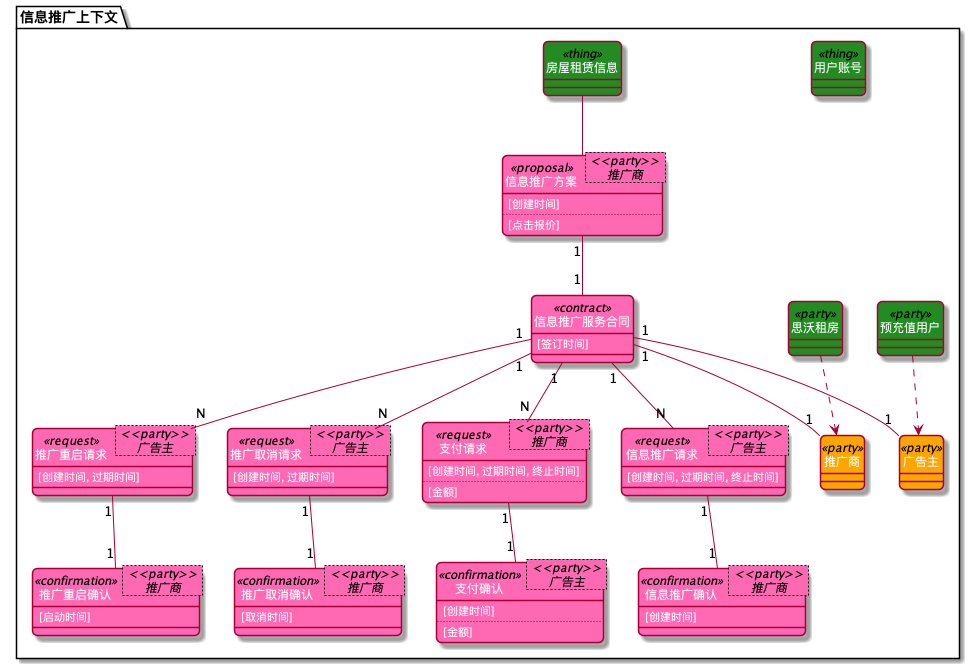
Above: info_promotion_contract_diagram.png in behring/8x-flow-diagram (PlantUML), before the change. The source it was exported from:
```plantuml
@startuml
skinparam classFontColor White
skinparam classAttributeFontColor White
skinparam roundCorner 10
hide circle
            package <color:black>信息推广上下文</color> {
                class 广告主
class 预充值用户
class 推广商
class 思沃租房
class 信息推广方案
class 用户账号
class 房屋租赁信息
class 信息推广服务合同
class 推广重启请求
class 推广重启确认
class 推广取消请求
class 推广取消确认
class 支付请求
class 支付确认
class 信息推广请求
class 信息推广确认

            }

class 信息推广方案< <<party>> \n 推广商 ><<proposal>> #HotPink{
    [创建时间]
    ..
    [点击报价]
}
信息推广方案  "1" -- "1"  信息推广服务合同

class 预充值用户 <<party>> #ForestGreen

class 思沃租房 <<party>> #ForestGreen

class 用户账号 <<thing>> #ForestGreen

class 房屋租赁信息 <<thing>> #ForestGreen
房屋租赁信息  --  信息推广方案


class 信息推广服务合同<<contract>> #HotPink{
    [签订时间]


}
class 广告主 <<party>> #orange
信息推广服务合同  "1" -- "1"  广告主
预充值用户  ..>  广告主
class 推广商 <<party>> #orange
信息推广服务合同  "1" -- "1"  推广商
思沃租房  ..>  推广商
信息推广服务合同  "1" -- "N"  推广重启请求

class 推广重启请求< <<party>> \n 广告主 ><<request>> #HotPink{
    [创建时间, 过期时间]


}
推广重启请求  "1" -- "1"  推广重启确认

class 推广重启确认< <<party>> \n 推广商 ><<confirmation>> #HotPink{
    [启动时间]


}

信息推广服务合同  "1" -- "N"  推广取消请求

class 推广取消请求< <<party>> \n 广告主 ><<request>> #HotPink{
    [创建时间, 过期时间]


}
推广取消请求  "1" -- "1"  推广取消确认

class 推广取消确认< <<party>> \n 推广商 ><<confirmation>> #HotPink{
    [取消时间]


}

信息推广服务合同  "1" -- "N"  支付请求

class 支付请求< <<party>> \n 推广商 ><<request>> #HotPink{
    [创建时间, 过期时间, 终止时间]
    ..
    [金额]
}
支付请求  "1" -- "1"  支付确认

class 支付确认< <<party>> \n 广告主 ><<confirmation>> #HotPink{
    [创建时间]
    ..
    [金额]
}

信息推广服务合同  "1" -- "N"  信息推广请求

class 信息推广请求< <<party>> \n 广告主 ><<request>> #HotPink{
    [创建时间, 过期时间, 终止时间]


}
信息推广请求  "1" -- "1"  信息推广确认

class 信息推广确认< <<party>> \n 推广商 ><<confirmation>> #HotPink{
    [创建时间]


}


class 广告主 <<party>> #orange
class 推广商 <<party>> #orange

@enduml
```
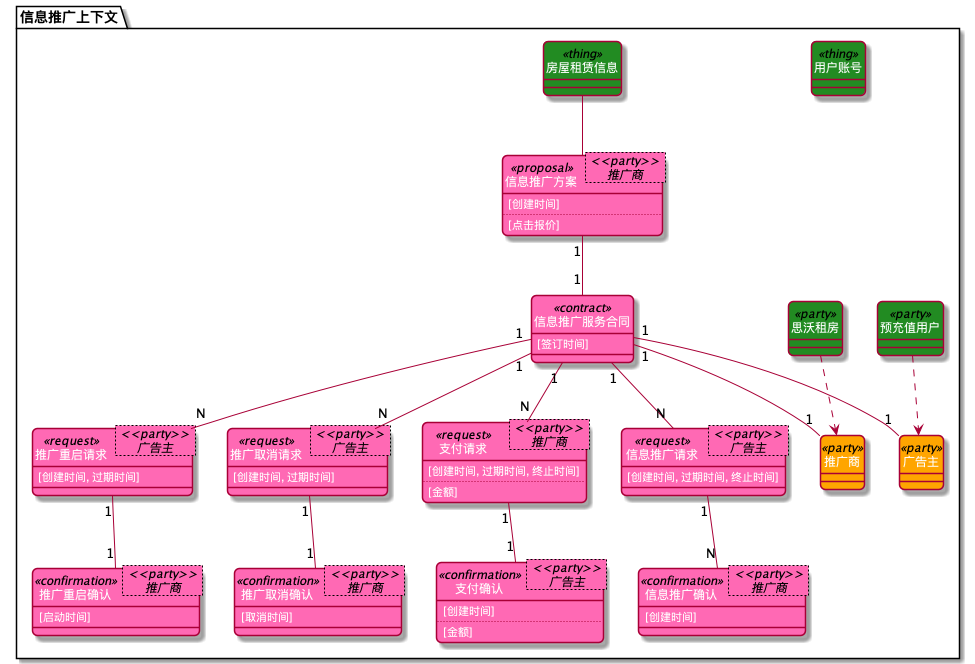
The same diagram one commit later.

Diff of the diagram source:
```diff
@@ -60,6 +60,7 @@
 }
 推广重启请求  "1" -- "1"  推广重启确认
 
+
 class 推广重启确认< <<party>> \n 推广商 ><<confirmation>> #HotPink{
     [启动时间]
 
@@ -74,6 +75,7 @@
 
 }
 推广取消请求  "1" -- "1"  推广取消确认
+
 
 class 推广取消确认< <<party>> \n 推广商 ><<confirmation>> #HotPink{
     [取消时间]
@@ -90,6 +92,7 @@
 }
 支付请求  "1" -- "1"  支付确认
 
+
 class 支付确认< <<party>> \n 广告主 ><<confirmation>> #HotPink{
     [创建时间]
     ..
@@ -103,7 +106,8 @@
 
 
 }
-信息推广请求  "1" -- "1"  信息推广确认
+信息推广请求  "1" -- "N"  信息推广确认
+
 
 class 信息推广确认< <<party>> \n 推广商 ><<confirmation>> #HotPink{
     [创建时间]
```
